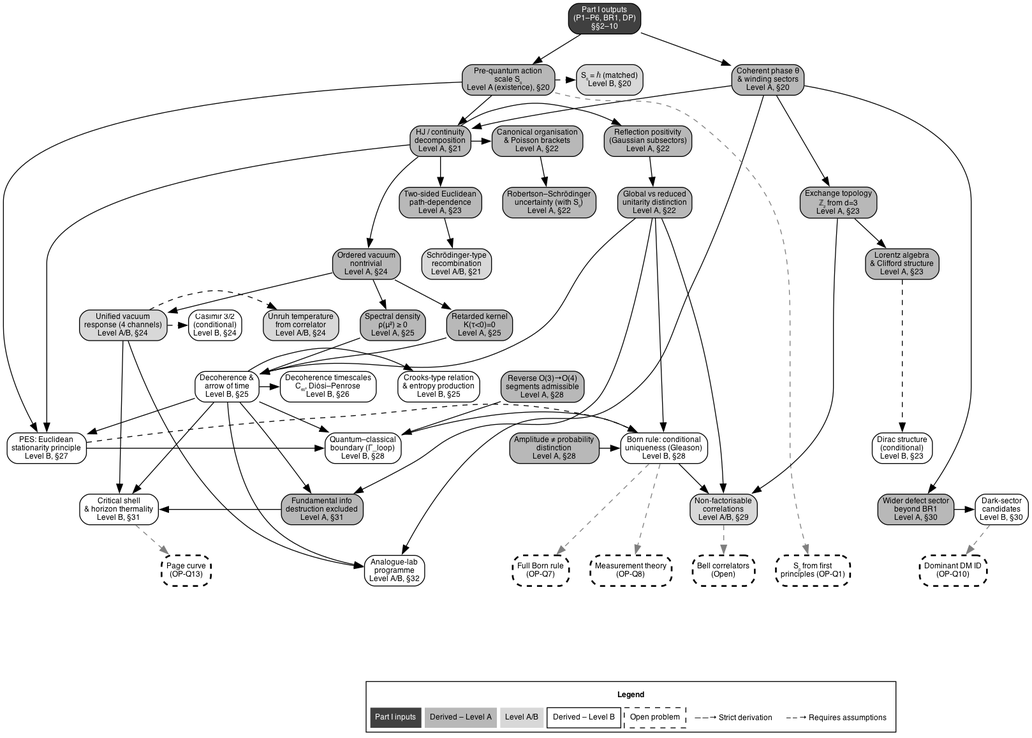
chufelo/ECT-preprint-code keeps this Graphviz diagram as fig_partIII_derivation_logic.png. Above is the earlier version. Its source is kept beside it as fig_partIII_derivation_logic.gv. Source of this version:
```dot
digraph PartIII {
  rankdir=TB;
  fontname="Helvetica";
  node [fontname="Helvetica", fontsize=9, shape=box, style="rounded,filled", margin="0.08,0.04"];
  edge [fontname="Helvetica", fontsize=7];
  newrank=true;
  splines=true;
  nodesep=0.35;
  ranksep=0.50;
  labeljust=c;

  node [fillcolor="#404040", fontcolor=white];
  inputs [label=<Part I outputs<BR/>(P1–P6, BR1, DP)<BR/>§§2–10>];

  node [fillcolor="#b8b8b8", fontcolor=black];
  phase [label=<Coherent phase θ<BR/>&amp; winding sectors<BR/>Level A, §20>];
  S0 [label=<Pre-quantum action<BR/>scale S₀<BR/>Level A (existence), §20>];
  HJ [label=<HJ / continuity<BR/>decomposition<BR/>Level A, §21>];
  RP [label=<Reflection positivity<BR/>(Gaussian subsectors)<BR/>Level A, §22>];
  unitarity [label=<Global vs reduced<BR/>unitarity distinction<BR/>Level A, §22>];
  canonical [label=<Canonical organisation<BR/>&amp; Poisson brackets<BR/>Level A, §22>];
  uncertainty [label=<Robertson–Schrödinger<BR/>uncertainty (with S₀)<BR/>Level A, §22>];
  exchange [label=<Exchange topology<BR/>ℤ₂ from d=3<BR/>Level A, §23>];
  path_dep [label=<Two-sided Euclidean<BR/>path-dependence<BR/>Level A, §23>];
  lorentz_cliff [label=<Lorentz algebra<BR/>&amp; Clifford structure<BR/>Level A, §23>];
  vac_nontrivial [label=<Ordered vacuum<BR/>nontrivial<BR/>Level A, §24>];
  retarded [label=<Retarded kernel<BR/>K(τ&lt;0)=0<BR/>Level A, §25>];
  spectral [label=<Spectral density<BR/>ρ(μ²) ≥ 0<BR/>Level A, §25>];
  reverse [label=<Reverse O(3)→O(4)<BR/>segments admissible<BR/>Level A, §28>];
  amp_prob [label=<Amplitude ≠ probability<BR/>distinction<BR/>Level A, §28>];
  no_info_loss [label=<Fundamental info<BR/>destruction excluded<BR/>Level A, §31>];
  wider_state [label=<Wider defect sector<BR/>beyond BR1<BR/>Level A, §30>];

  node [fillcolor="#d8d8d8", fontcolor=black];
  S0_match [label=<S₀ = ℏ (matched)<BR/>Level B, §20>];
  schrod [label=<Schrödinger-type<BR/>recombination<BR/>Level A/B, §21>];
  unruh_T [label=<Unruh temperature<BR/>from correlator<BR/>Level A/B, §24>];
  unified_vac [label=<Unified vacuum<BR/>response (4 channels)<BR/>Level A/B, §24>];
  entangle [label=<Non-factorisable<BR/>correlations<BR/>Level A/B, §29>];

  node [fillcolor="#ffffff", fontcolor=black];
  decoh [label=<Decoherence &amp;<BR/>arrow of time<BR/>Level B, §25>];
  tau_dec [label=<Decoherence timescales<BR/>C₆₀, Diósi–Penrose<BR/>Level B, §26>];
  crooks [label=<Crooks-type relation<BR/>&amp; entropy production<BR/>Level B, §25>];
  born [label=<Born rule: conditional<BR/>uniqueness (Gleason)<BR/>Level B, §28>];
  qc_boundary [label=<Quantum–classical<BR/>boundary (Γ_loop)<BR/>Level B, §28>];
  dirac_cond [label=<Dirac structure<BR/>(conditional)<BR/>Level B, §23>];
  casimir [label=<Casimir 3/2<BR/>(conditional)<BR/>Level B, §24>];
  bh_shell [label=<Critical shell<BR/>&amp; horizon thermality<BR/>Level B, §31>];
  dark_cand [label=<Dark-sector<BR/>candidates<BR/>Level B, §30>];
  analogue [label=<Analogue-lab<BR/>programme<BR/>Level A/B, §32>];


  node [fillcolor="#ffffff", fontcolor=black, style="rounded,filled"];
  pes [label=<PES: Euclidean<BR/>stationarity principle<BR/>Level B, §27>];

  node [fillcolor="white", style="rounded,dashed", fontcolor=black, penwidth=2];
  born_full [label=<Full Born rule<BR/>(OP-Q7)>];
  measurement [label=<Measurement theory<BR/>(OP-Q8)>];
  page_curve [label=<Page curve<BR/>(OP-Q13)>];
  bell_full [label=<Bell correlators<BR/>(Open)>];
  dark_quant [label=<Dominant DM ID<BR/>(OP-Q10)>];
  S0_calc [label=<S₀ from first<BR/>principles (OP-Q1)>];

  {rank=same; inputs}
  {rank=same; phase; S0; S0_match}
  {rank=same; HJ; canonical; RP}
  {rank=same; uncertainty; unitarity; path_dep; exchange}
  {rank=same; schrod; lorentz_cliff; vac_nontrivial}
  {rank=same; retarded; spectral; unified_vac; unruh_T; casimir}
  {rank=same; decoh; tau_dec; crooks; reverse}
  {rank=same; qc_boundary; born; amp_prob; dirac_cond; pes}
  {rank=same; entangle; bh_shell; no_info_loss; wider_state; dark_cand}
  {rank=same; analogue; born_full; measurement; page_curve; bell_full; dark_quant; S0_calc}

  inputs -> phase;
  inputs -> S0;
  phase -> HJ;
  S0 -> HJ;
  HJ -> RP;
  HJ -> canonical;
  canonical -> uncertainty;
  RP -> unitarity;
  HJ -> path_dep;
  phase -> exchange;
  exchange -> lorentz_cliff;
  path_dep -> schrod;
  HJ -> vac_nontrivial;
  vac_nontrivial -> retarded;
  vac_nontrivial -> spectral;
  vac_nontrivial -> unified_vac;
  unitarity -> decoh;
  retarded -> decoh;
  spectral -> decoh;
  decoh -> crooks;
  decoh -> tau_dec;
  decoh -> qc_boundary;
  reverse -> qc_boundary;
  qc_boundary -> born;
  unitarity -> born;
  amp_prob -> born;
  exchange -> entangle;
  unitarity -> entangle;
  born -> entangle;
  unitarity -> no_info_loss;
  decoh -> no_info_loss;
  unified_vac -> bh_shell;
  decoh -> bh_shell;
  no_info_loss -> bh_shell;
  phase -> wider_state;
  wider_state -> dark_cand;
  unified_vac -> analogue;
  decoh -> analogue;
  phase -> analogue;


  decoh -> pes;
  S0 -> pes;
  HJ -> pes;
  pes -> born [style=dashed];
  pes -> qc_boundary;

  S0 -> S0_match [style=dashed];
  lorentz_cliff -> dirac_cond [style=dashed];
  unified_vac -> casimir [style=dashed];
  unified_vac -> unruh_T [style=dashed];
  born -> born_full [style=dashed, color=gray50];
  born -> measurement [style=dashed, color=gray50];
  bh_shell -> page_curve [style=dashed, color=gray50];
  entangle -> bell_full [style=dashed, color=gray50];
  dark_cand -> dark_quant [style=dashed, color=gray50];
  S0 -> S0_calc [style=dashed, color=gray50];

  node [shape=point, width=0, style=invis];
  spacer1 [label=""];
  spacer2 [label=""];
  analogue -> spacer1 [style=invis];
  born_full -> spacer1 [style=invis];
  measurement -> spacer1 [style=invis];
  page_curve -> spacer1 [style=invis];
  bell_full -> spacer1 [style=invis];
  dark_quant -> spacer1 [style=invis];
  S0_calc -> spacer1 [style=invis];
  spacer1 -> spacer2 [style=invis];

  node [shape=plaintext, style="", fillcolor=white];
  legend [label=<
    <TABLE BORDER="1" CELLBORDER="0" CELLSPACING="4" CELLPADDING="6" COLOR="black">
      <TR>
        <TD COLSPAN="7"><B>Legend</B></TD>
      </TR>
      <TR>
        <TD BGCOLOR="#404040"><FONT COLOR="white">Part I inputs</FONT></TD>
        <TD BGCOLOR="#b8b8b8">Derived – Level A</TD>
        <TD BGCOLOR="#d8d8d8">Level A/B</TD>
        <TD BGCOLOR="#ffffff" BORDER="1">Derived – Level B</TD>
        <TD BORDER="1" STYLE="DASHED">Open problem</TD>
        <TD>——→ Strict derivation</TD>
        <TD>– – → Requires assumptions</TD>
      </TR>
    </TABLE>
  >];
  spacer2 -> legend [style=invis];
}
```
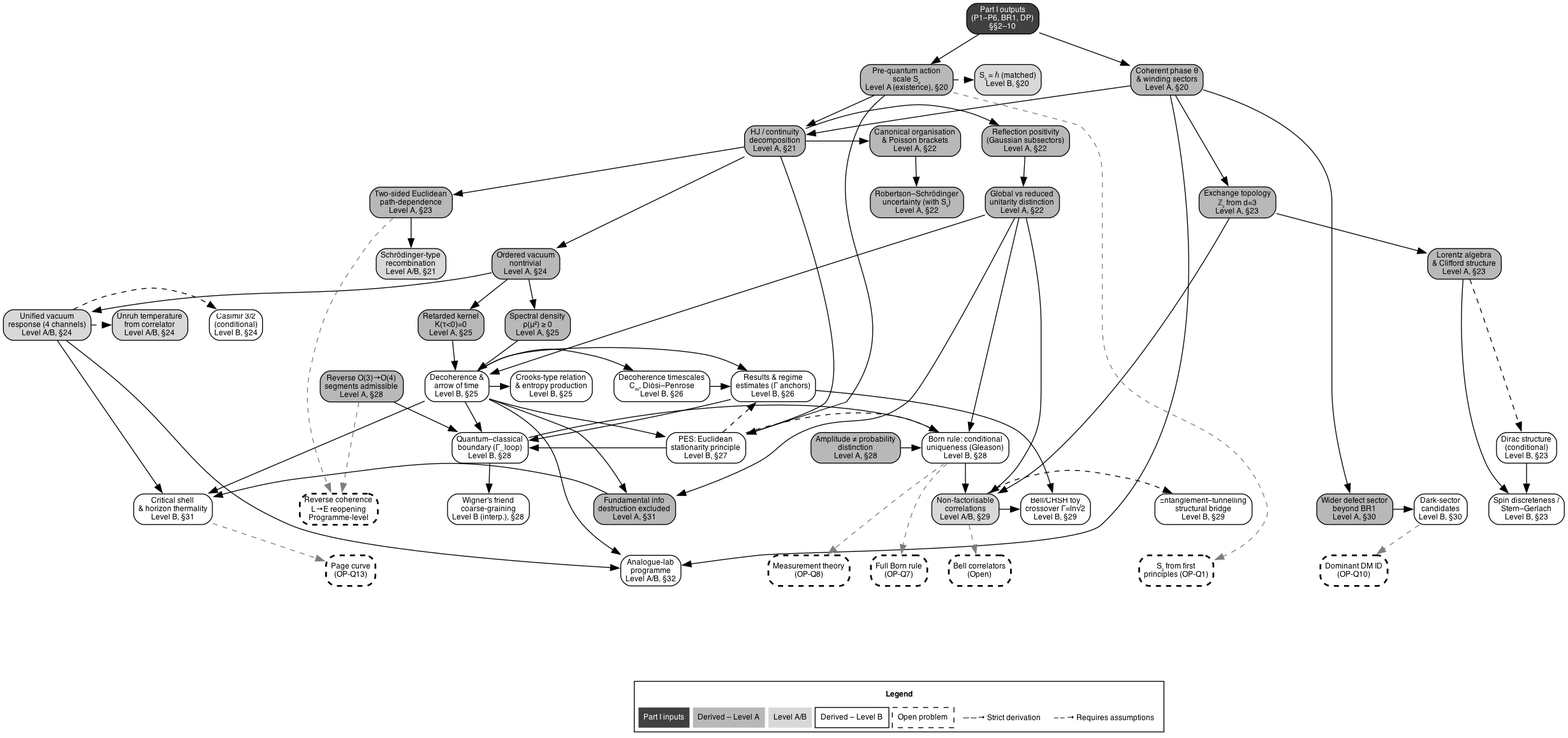
After the commit.

The edit, as a diff of the source:
```diff
@@ -52,7 +52,19 @@
 
 
   node [fillcolor="#ffffff", fontcolor=black, style="rounded,filled"];
+  decoh_results [label=<Results &amp; regime<BR/>estimates (Γ anchors)<BR/>Level B, §26>];
+
+  node [fillcolor="#ffffff", fontcolor=black, style="rounded,filled"];
   pes [label=<PES: Euclidean<BR/>stationarity principle<BR/>Level B, §27>];
+
+  node [fillcolor="#ffffff", fontcolor=black, style="rounded,filled"];
+  wigner [label=<Wigner's friend<BR/>coarse-graining<BR/>Level B (interp.), §28>];
+  ent_tunnel [label=<Entanglement–tunnelling<BR/>structural bridge<BR/>Level B, §29>];
+  stern_gerlach [label=<Spin discreteness /<BR/>Stern–Gerlach<BR/>Level B, §23>];
+  bell_toy [label=<Bell/CHSH toy<BR/>crossover Γ=ln√2<BR/>Level B, §29>];
+
+  node [fillcolor="white", style="rounded,dashed", fontcolor=black, penwidth=2];
+  reverse_coh [label=<Reverse coherence<BR/>L→E reopening<BR/>Programme-level>];
 
   node [fillcolor="white", style="rounded,dashed", fontcolor=black, penwidth=2];
   born_full [label=<Full Born rule<BR/>(OP-Q7)>];
@@ -68,9 +80,9 @@
   {rank=same; uncertainty; unitarity; path_dep; exchange}
   {rank=same; schrod; lorentz_cliff; vac_nontrivial}
   {rank=same; retarded; spectral; unified_vac; unruh_T; casimir}
-  {rank=same; decoh; tau_dec; crooks; reverse}
+  {rank=same; decoh; tau_dec; crooks; reverse; decoh_results}
   {rank=same; qc_boundary; born; amp_prob; dirac_cond; pes}
-  {rank=same; entangle; bh_shell; no_info_loss; wider_state; dark_cand}
+  {rank=same; entangle; bh_shell; no_info_loss; wider_state; dark_cand; ent_tunnel; bell_toy; wigner; stern_gerlach; reverse_coh}
   {rank=same; analogue; born_full; measurement; page_curve; bell_full; dark_quant; S0_calc}
 
   inputs -> phase;
@@ -120,6 +132,19 @@
   pes -> born [style=dashed];
   pes -> qc_boundary;
 
+  decoh -> decoh_results;
+  tau_dec -> decoh_results;
+  pes -> decoh_results [style=dashed];
+  decoh_results -> qc_boundary;
+  qc_boundary -> wigner;
+  entangle -> ent_tunnel [style=dashed];
+  entangle -> bell_toy;
+  decoh_results -> bell_toy;
+  lorentz_cliff -> stern_gerlach;
+  dirac_cond -> stern_gerlach;
+  path_dep -> reverse_coh [style=dashed, color=gray50];
+  reverse -> reverse_coh [style=dashed, color=gray50];
+
   S0 -> S0_match [style=dashed];
   lorentz_cliff -> dirac_cond [style=dashed];
   unified_vac -> casimir [style=dashed];
```
